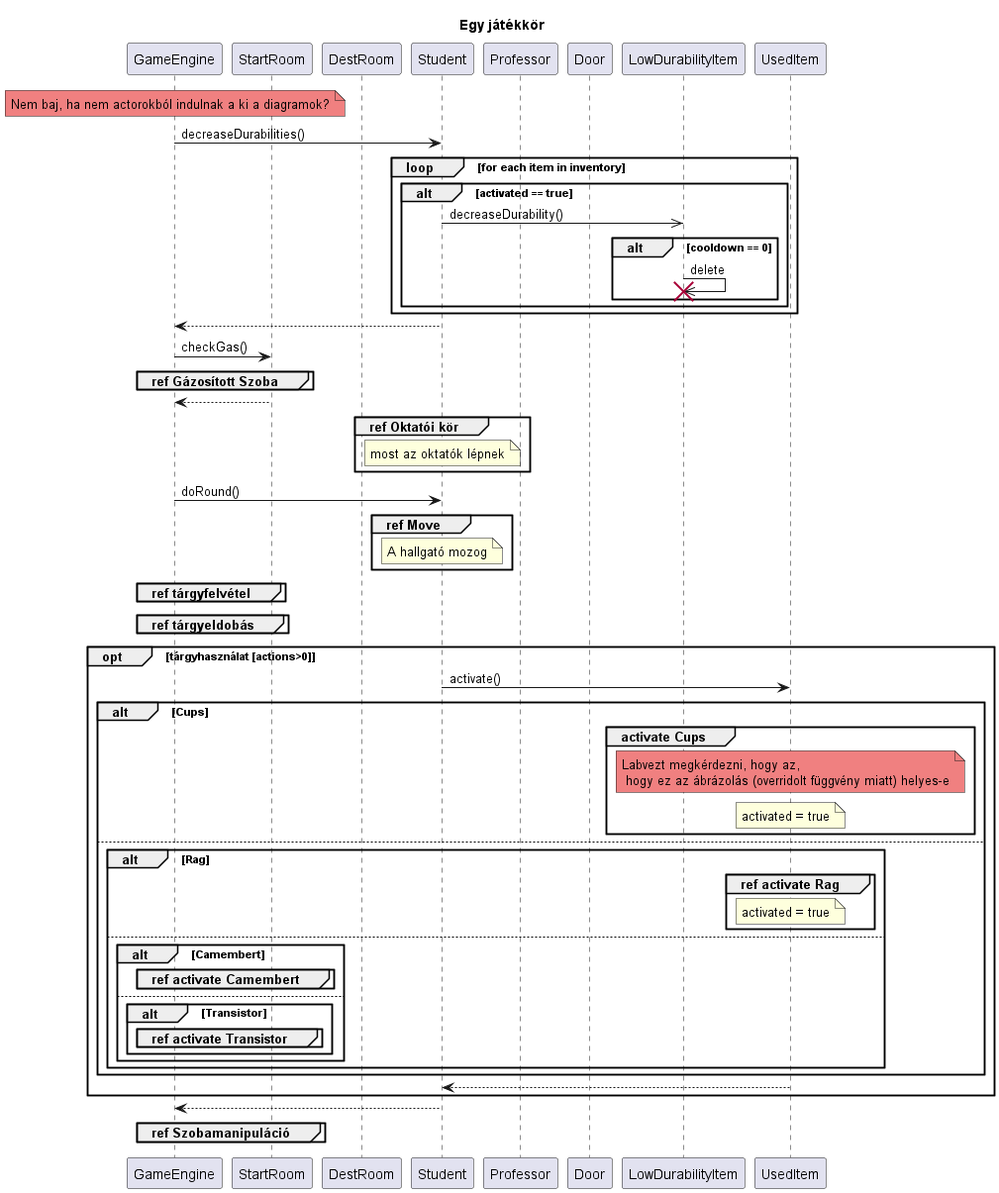
Above: out/diagramms/src/game_round/Round.png in kipolaris/skyrimscriptsuttogok (PlantUML), before the change. The source it was exported from:
```plantuml
@startuml Round

title Egy játékkör


participant GameEngine as g
participant StartRoom as sz
participant DestRoom as dsz
participant Student as h
participant Professor as okt
participant Door as a
participant LowDurabilityItem as t2
participant UsedItem as t

note over g #LightCoral: Nem baj, ha nem actorokból indulnak a ki a diagramok?

g -> h : decreaseDurabilities()
loop for each item in inventory
    alt activated == true
        h->>t2 : decreaseDurability()

        alt cooldown == 0
            t2->>t2 !!: delete
        end
    end
end
h-->g

g->sz : checkGas()
group ref Gázosított Szoba
end
sz-->g

group ref Oktatói kör
    note over h: most az oktatók lépnek
end

g -> h : doRound()

group ref Move
note over h : A hallgató mozog
end



group ref tárgyfelvétel
end

group ref tárgyeldobás
end

opt tárgyhasználat [actions>0]
    h->t : activate()

    alt Cups
        group activate Cups
            note over t #LightCoral : Labvezt megkérdezni, hogy az, \n hogy ez az ábrázolás (overridolt függvény miatt) helyes-e
            note over t : activated = true
        end
    else
        alt Rag
            group ref activate Rag
                note over t : activated = true
            end
        else
            alt Camembert
                group ref activate Camembert
                end
            else
                alt Transistor
                    group ref activate Transistor
                    end
                end
            end
        end
    end

    t-->h

end
h-->g

group ref Szobamanipuláció
end
@enduml
```
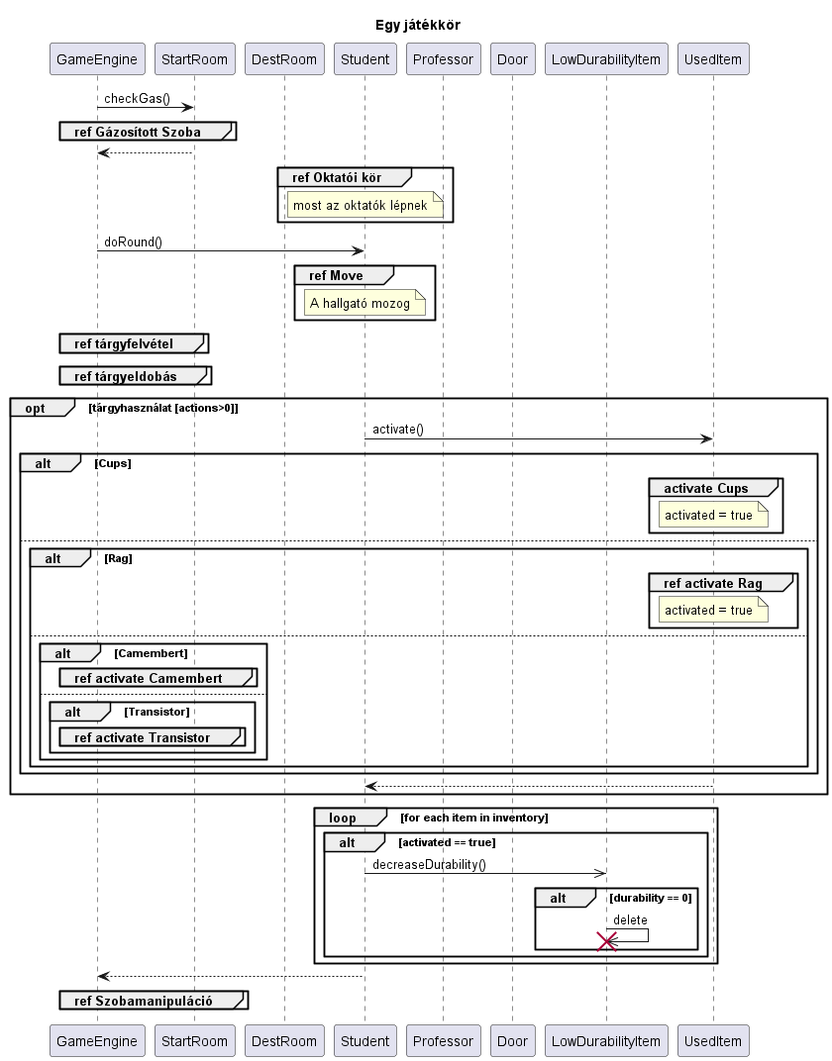
Later version of the same file.

Change to the diagram source:
```diff
@@ -1,7 +1,6 @@
 @startuml Round
 
 title Egy játékkör
-
 
 participant GameEngine as g
 participant StartRoom as sz
@@ -12,19 +11,6 @@
 participant LowDurabilityItem as t2
 participant UsedItem as t
 
-note over g #LightCoral: Nem baj, ha nem actorokból indulnak a ki a diagramok?
-
-g -> h : decreaseDurabilities()
-loop for each item in inventory
-    alt activated == true
-        h->>t2 : decreaseDurability()
-
-        alt cooldown == 0
-            t2->>t2 !!: delete
-        end
-    end
-end
-h-->g
 
 g->sz : checkGas()
 group ref Gázosított Szoba
@@ -54,7 +40,6 @@
 
     alt Cups
         group activate Cups
-            note over t #LightCoral : Labvezt megkérdezni, hogy az, \n hogy ez az ábrázolás (overridolt függvény miatt) helyes-e
             note over t : activated = true
         end
     else
@@ -78,6 +63,17 @@
     t-->h
 
 end
+
+loop for each item in inventory
+    alt activated == true
+        h->>t2 : decreaseDurability()
+
+        alt durability == 0
+            t2->>t2 !!: delete
+        end
+    end
+end
+
 h-->g
 
 group ref Szobamanipuláció
```
